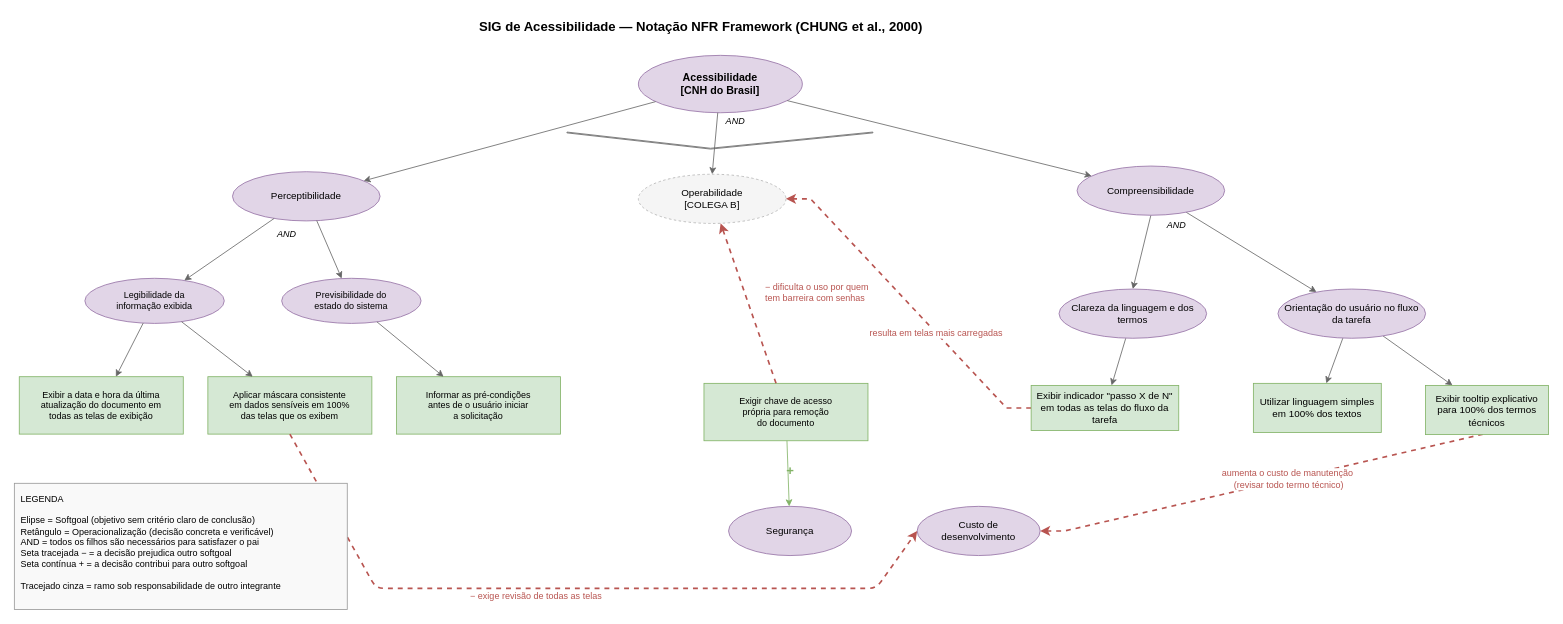
Above: docs/Base/assets/sig-acessibilidade-sub03.drawio in UnBArqDsw2026-2-Turma02/2026.2-T02-_G6_ProjetoAplicativoMovel_Entrega01 (draw.io), before the change. Source tidied: cells renumbered, new cells numbered last; positions are measured from the earlier drawing's top-left corner, leaving out a move shared by most shapes. Both pictures are drawn from the tidied source at 82%, with x=0, y=0 at pixel (14, 14).
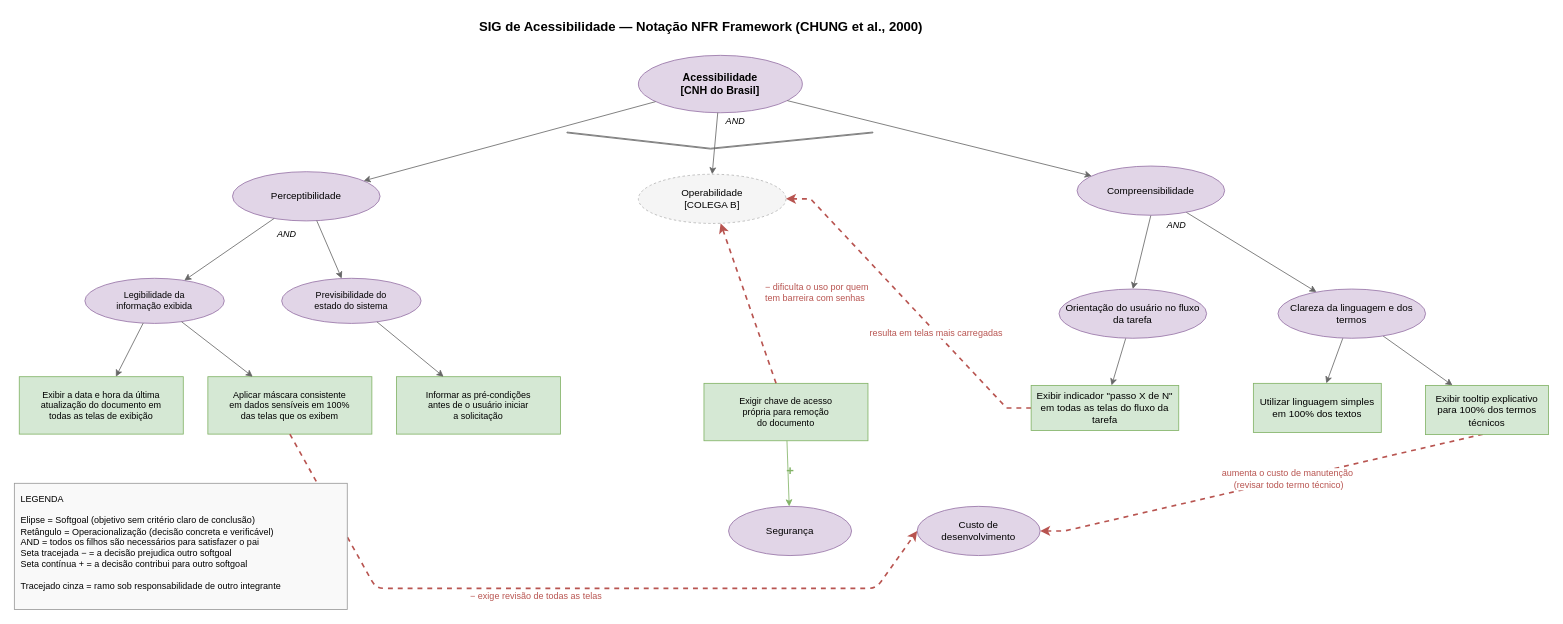
The same diagram, later.

Commit message (it also covers changes not shown here):
feat(sub03): diagramas BPMN, SIG, rich picture

Change to the diagram source:
```diff
@@
-    <mxCell id="36" value="Clareza da linguagem e dos termos" style="ellipse;whiteSpace=wrap;html=1;fillColor=#e1d5e7;strokeColor=#9673a6;fontSize=12;" parent="1" vertex="1">
+    <mxCell id="36" value="Orientação do usuário no fluxo da tarefa" style="ellipse;whiteSpace=wrap;html=1;fillColor=#e1d5e7;strokeColor=#9673a6;fontSize=12;" parent="1" vertex="1">
       <mxGeometry x="1274" y="335" width="180" height="60" as="geometry" />
     </mxCell>
@@
-    <mxCell id="40" value="Orientação do usuário no fluxo da tarefa" style="ellipse;whiteSpace=wrap;html=1;fillColor=#e1d5e7;strokeColor=#9673a6;fontSize=12;" parent="1" vertex="1">
+    <mxCell id="40" value="Clareza da linguagem e dos termos" style="ellipse;whiteSpace=wrap;html=1;fillColor=#e1d5e7;strokeColor=#9673a6;fontSize=12;" parent="1" vertex="1">
       <mxGeometry x="1541" y="335" width="180" height="60" as="geometry" />
     </mxCell>
```
